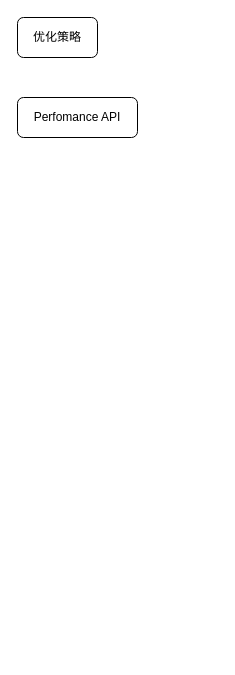
yanhanfrontend/draw.io.workspace keeps this draw.io diagram as 前端性能优化.drawio. Above is the earlier version. Source tidied: cells renumbered, new cells numbered last; positions are measured from the earlier drawing's top-left corner, leaving out a move shared by most shapes. Both pictures are drawn from the tidied source at 100%, with x=0, y=0 at pixel (17, 17).
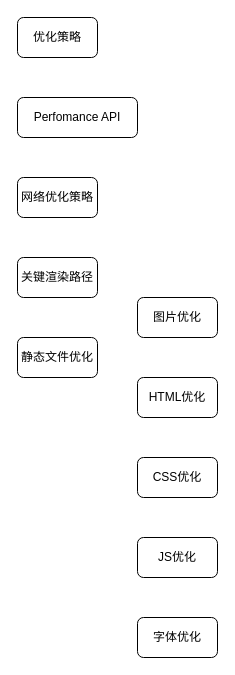
Above is the later version.

Commit message (it also covers changes not shown here):
更新前端性能优化.drawio

The edit, as a diff of the source:
```diff
@@
 <mxGraphModel>
   <root>
     <mxCell id="0" />
     <mxCell id="1" parent="0" />
     <mxCell id="2" value="Perfomance API" style="rounded=1;whiteSpace=wrap;html=1;" parent="1" vertex="1">
       <mxGeometry y="80" width="120" height="40" as="geometry" />
     </mxCell>
     <mxCell id="3" value="优化策略" style="rounded=1;whiteSpace=wrap;html=1;" parent="1" vertex="1">
       <mxGeometry width="80" height="40" as="geometry" />
     </mxCell>
+    <mxCell id="4" value="网络优化策略" style="rounded=1;whiteSpace=wrap;html=1;" parent="1" vertex="1">
+      <mxGeometry y="160" width="80" height="40" as="geometry" />
+    </mxCell>
+    <mxCell id="5" value="关键渲染路径" style="rounded=1;whiteSpace=wrap;html=1;" parent="1" vertex="1">
+      <mxGeometry y="240" width="80" height="40" as="geometry" />
+    </mxCell>
+    <mxCell id="6" value="静态文件优化" style="rounded=1;whiteSpace=wrap;html=1;" parent="1" vertex="1">
+      <mxGeometry y="320" width="80" height="40" as="geometry" />
+    </mxCell>
+    <mxCell id="7" value="图片优化" style="rounded=1;whiteSpace=wrap;html=1;" parent="1" vertex="1">
+      <mxGeometry x="120" y="280" width="80" height="40" as="geometry" />
+    </mxCell>
+    <mxCell id="8" value="HTML优化" style="rounded=1;whiteSpace=wrap;html=1;" parent="1" vertex="1">
+      <mxGeometry x="120" y="360" width="80" height="40" as="geometry" />
+    </mxCell>
+    <mxCell id="9" value="CSS优化" style="rounded=1;whiteSpace=wrap;html=1;" parent="1" vertex="1">
+      <mxGeometry x="120" y="440" width="80" height="40" as="geometry" />
+    </mxCell>
+    <mxCell id="10" value="JS优化" style="rounded=1;whiteSpace=wrap;html=1;" parent="1" vertex="1">
+      <mxGeometry x="120" y="520" width="80" height="40" as="geometry" />
+    </mxCell>
+    <mxCell id="11" value="字体优化" style="rounded=1;whiteSpace=wrap;html=1;" parent="1" vertex="1">
+      <mxGeometry x="120" y="600" width="80" height="40" as="geometry" />
+    </mxCell>
   </root>
 </mxGraphModel>
```
